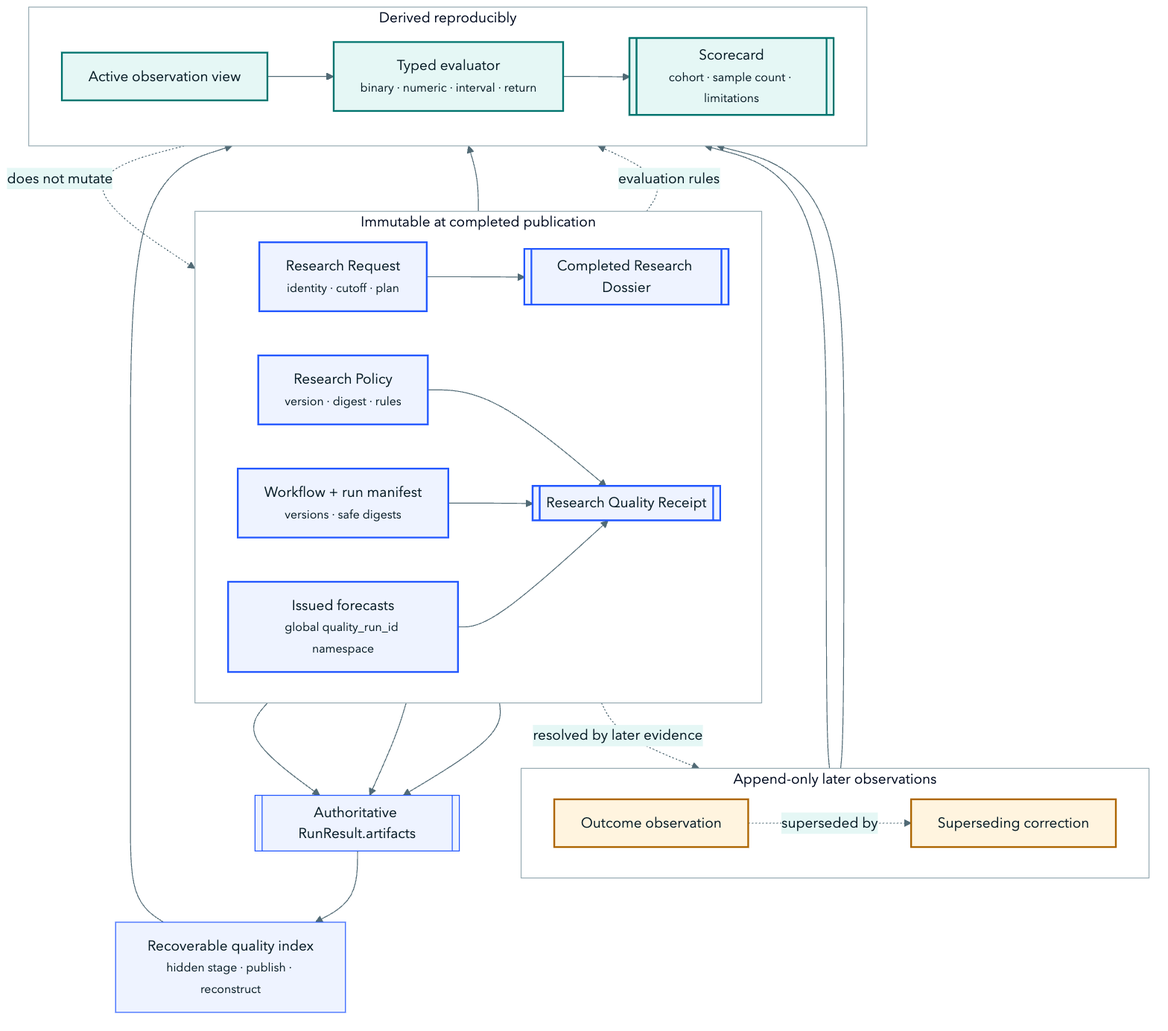
Before: assets/architecture/research-quality-lineage.png, a diagram exported from Mermaid (harshitagarwal2/StockResearchAgents). Its source is kept beside it as docs/diagrams/research-quality-lineage.mmd.
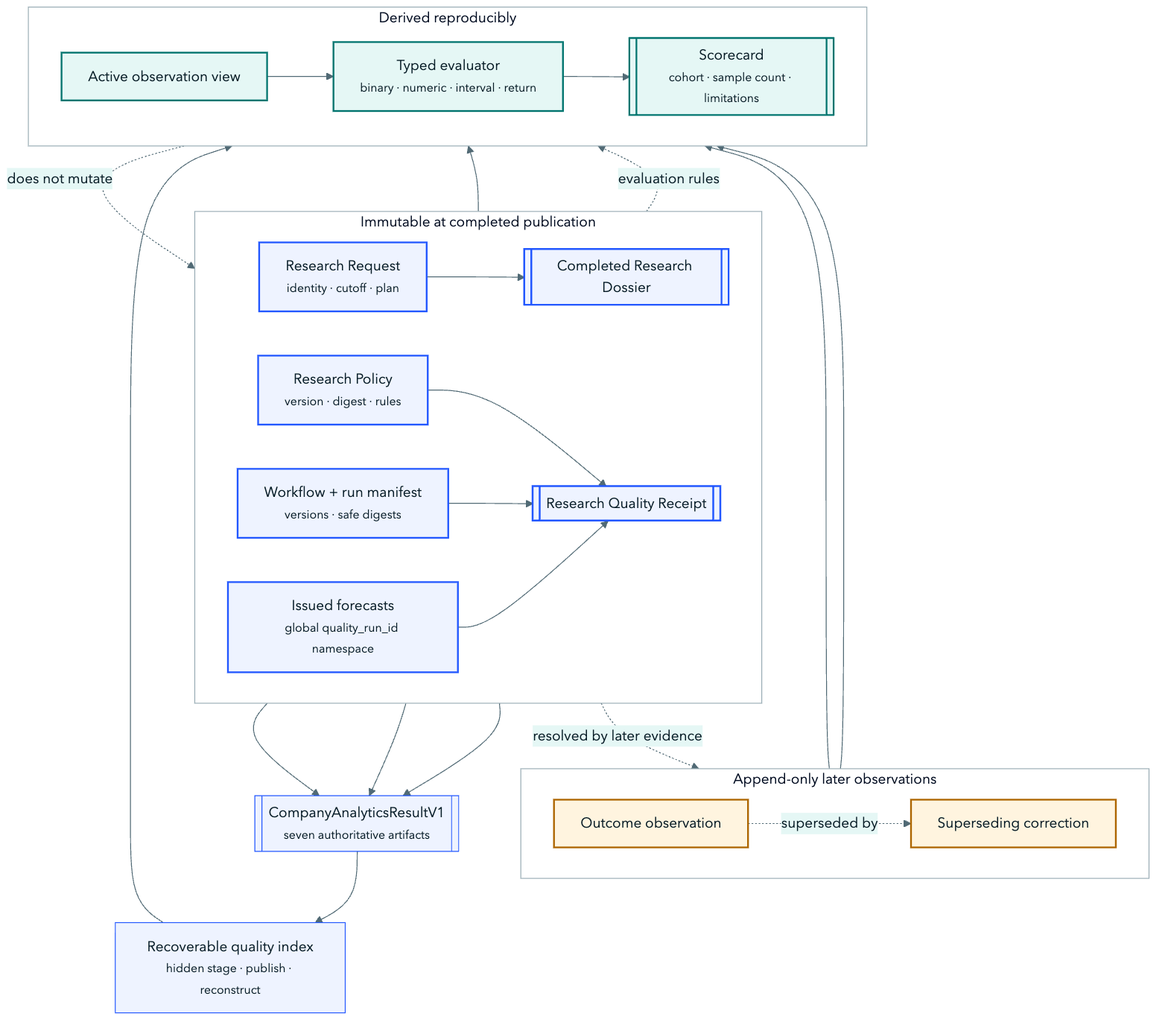
After the commit.

Diff of the diagram source:
```diff
@@ -1,7 +1,7 @@
 %%{init: {"theme":"base","fontFamily":"Avenir Next, Segoe UI, sans-serif","themeVariables":{"fontFamily":"Avenir Next, Segoe UI, sans-serif","primaryColor":"#eef3ff","primaryTextColor":"#071c26","primaryBorderColor":"#2257ff","lineColor":"#516a75","secondaryColor":"#e5f7f5","tertiaryColor":"#fff4df","background":"#f5f8f9","clusterBkg":"#ffffff","clusterBorder":"#96aab2"},"flowchart":{"curve":"basis","htmlLabels":true}}}%%
 flowchart TB
   accTitle: Research Quality information lineage
-  accDescr: Canonical RunResult artifacts contain issued forecasts and the quality receipt. A recoverable index is derived from them. Later outcomes are append-only and scorecards never mutate the completed result.
+  accDescr: The canonical CompanyAnalyticsResultV1 contains the exact submission and seven authoritative artifacts, including issued forecasts and the quality receipt. A recoverable index is derived from them. Later outcomes are append-only and scorecards never mutate the completed result.
 
   subgraph I["Immutable at completed publication"]
     direction LR
@@ -17,7 +17,7 @@
     F --> Q
   end
 
-  A[["Authoritative RunResult.artifacts"]]
+  A[["CompanyAnalyticsResultV1<br/><small>seven authoritative artifacts</small>"]]
   D --> A
   Q --> A
   F --> A
```
